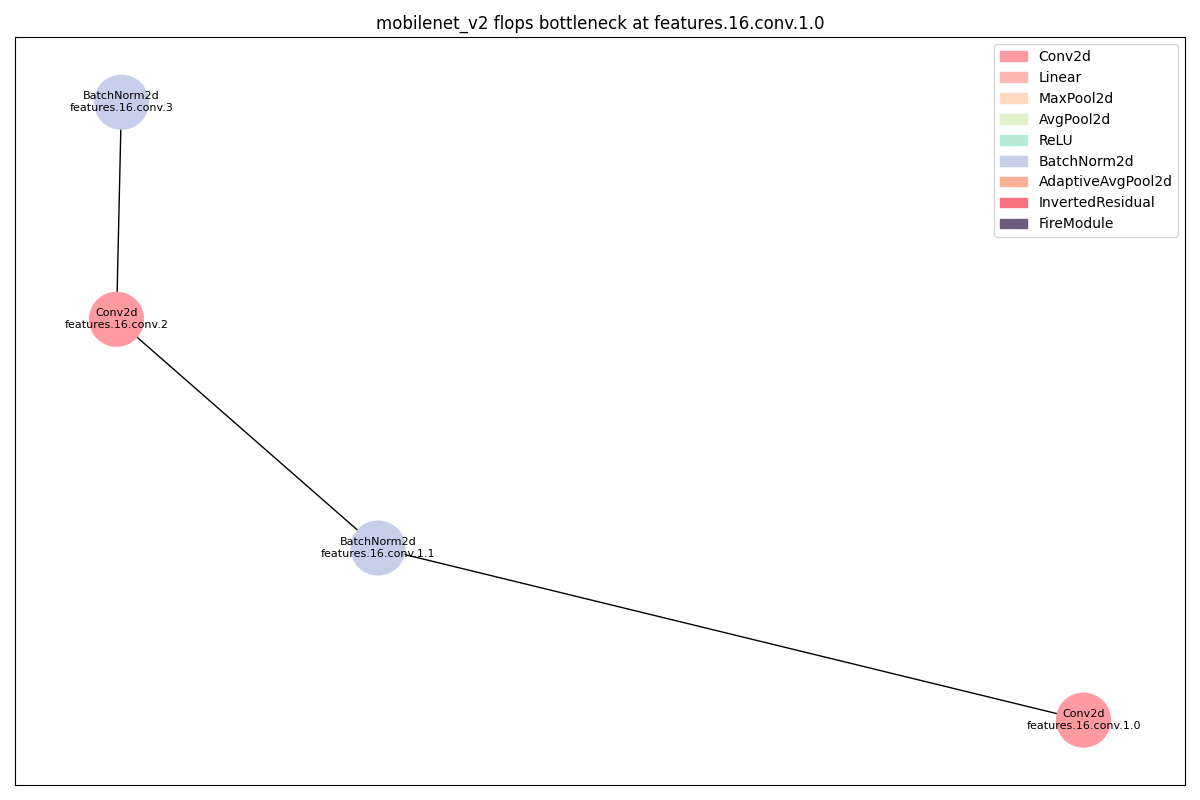
Earlier version of the Graphviz export dags/mobilenet_v2_flops_features_16_conv_1_0_op.png (11222-Meng/DNN_Bottlen_Layer_Analysis). Its source is kept beside it as dags/mobilenet_v2_flops_features_16_conv_1_0_op.dot. The source it was exported from:
```dot
strict digraph "" {
	Conv2d_0	[color="#FF9AA2",
		layer_name="features.16.conv.1.0",
		params=8640,
		type=Conv2d];
	BatchNorm2d_0	[color="#C7CEEA",
		layer_name="features.16.conv.1.1",
		params=1920,
		type=BatchNorm2d];
	Conv2d_0 -> BatchNorm2d_0;
	Conv2d_1	[color="#FF9AA2",
		layer_name="features.16.conv.2",
		params=153600,
		type=Conv2d];
	BatchNorm2d_0 -> Conv2d_1;
	BatchNorm2d_1	[color="#C7CEEA",
		layer_name="features.16.conv.3",
		params=320,
		type=BatchNorm2d];
	Conv2d_1 -> BatchNorm2d_1;
}
```
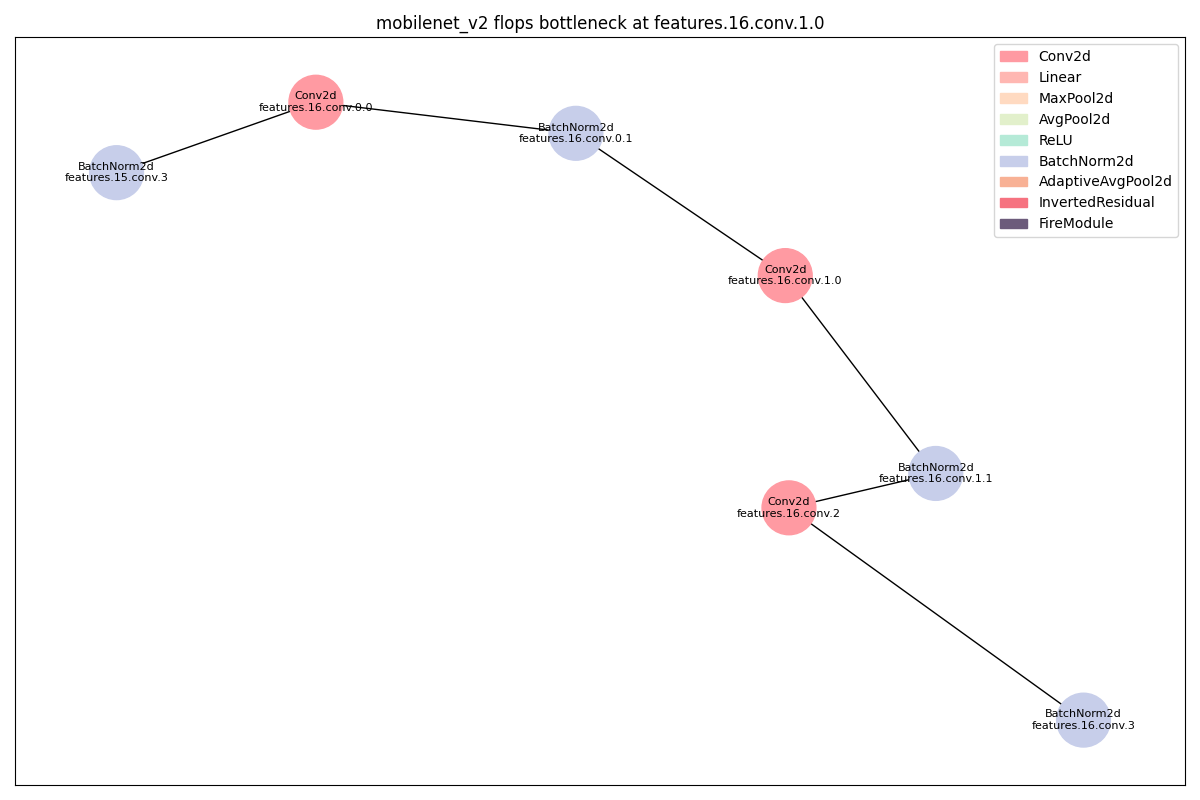
The same diagram one commit later.

Diff of the diagram source:
```diff
@@ -1,21 +1,36 @@
 strict digraph "" {
+	BatchNorm2d_0	[color="#C7CEEA",
+		layer_name="features.15.conv.3",
+		params=320,
+		type=BatchNorm2d];
 	Conv2d_0	[color="#FF9AA2",
+		layer_name="features.16.conv.0.0",
+		params=153600,
+		type=Conv2d];
+	BatchNorm2d_0 -> Conv2d_0;
+	BatchNorm2d_1	[color="#C7CEEA",
+		layer_name="features.16.conv.0.1",
+		params=1920,
+		type=BatchNorm2d];
+	Conv2d_0 -> BatchNorm2d_1;
+	Conv2d_1	[color="#FF9AA2",
 		layer_name="features.16.conv.1.0",
 		params=8640,
 		type=Conv2d];
-	BatchNorm2d_0	[color="#C7CEEA",
+	BatchNorm2d_1 -> Conv2d_1;
+	BatchNorm2d_2	[color="#C7CEEA",
 		layer_name="features.16.conv.1.1",
 		params=1920,
 		type=BatchNorm2d];
-	Conv2d_0 -> BatchNorm2d_0;
-	Conv2d_1	[color="#FF9AA2",
+	Conv2d_1 -> BatchNorm2d_2;
+	Conv2d_2	[color="#FF9AA2",
 		layer_name="features.16.conv.2",
 		params=153600,
 		type=Conv2d];
-	BatchNorm2d_0 -> Conv2d_1;
-	BatchNorm2d_1	[color="#C7CEEA",
+	BatchNorm2d_2 -> Conv2d_2;
+	BatchNorm2d_3	[color="#C7CEEA",
 		layer_name="features.16.conv.3",
 		params=320,
 		type=BatchNorm2d];
-	Conv2d_1 -> BatchNorm2d_1;
+	Conv2d_2 -> BatchNorm2d_3;
 }
```
